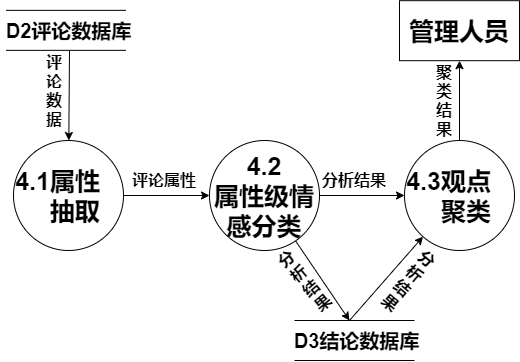
Before: img/情感分析细化数据流图.png, a diagram exported from draw.io (HJHGJGHHG/Sentiment-Analysis-System). Source tidied: cells renumbered, new cells last; positions are measured from the earlier drawing's top-left corner, leaving out a move shared by most shapes.
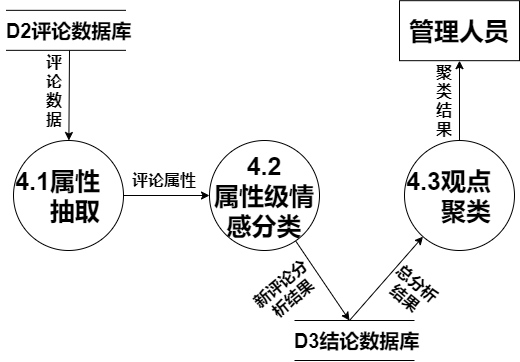
After the change.

Change to the diagram source:
```diff
@@ -71,18 +71,12 @@
         <mxPoint x="348" y="320" as="sourcePoint" />
       </mxGeometry>
     </mxCell>
-    <mxCell id="19" value="&lt;span style=&quot;font-size: 16px&quot;&gt;&lt;b&gt;分析结果&lt;/b&gt;&lt;/span&gt;" style="text;html=1;strokeColor=none;fillColor=none;align=center;verticalAlign=middle;whiteSpace=wrap;rounded=0;rotation=-40;" parent="1" vertex="1">
-      <mxGeometry x="298" y="270" width="10" height="20" as="geometry" />
+    <mxCell id="19" value="&lt;span style=&quot;font-size: 16px&quot;&gt;&lt;b&gt;新评论分析结果&lt;/b&gt;&lt;/span&gt;" style="text;html=1;strokeColor=none;fillColor=none;align=center;verticalAlign=middle;whiteSpace=wrap;rounded=0;rotation=-40;" parent="1" vertex="1">
+      <mxGeometry x="251.9" y="280" width="66.1" height="20" as="geometry" />
     </mxCell>
-    <mxCell id="20" value="&lt;span style=&quot;font-size: 16px&quot;&gt;&lt;b&gt;分析结果&lt;/b&gt;&lt;/span&gt;" style="text;html=1;strokeColor=none;fillColor=none;align=center;verticalAlign=middle;whiteSpace=wrap;rounded=0;rotation=40;" parent="1" vertex="1">
-      <mxGeometry x="403" y="270" width="10" height="20" as="geometry" />
+    <mxCell id="20" value="&lt;span style=&quot;font-size: 16px&quot;&gt;&lt;b&gt;总分析结果&lt;/b&gt;&lt;/span&gt;" style="text;html=1;strokeColor=none;fillColor=none;align=center;verticalAlign=middle;whiteSpace=wrap;rounded=0;rotation=40;" parent="1" vertex="1">
+      <mxGeometry x="383" y="280" width="55" height="20" as="geometry" />
     </mxCell>
-    <mxCell id="21" style="endArrow=classic;html=1;" parent="1" edge="1" source="6" target="15">
-      <mxGeometry relative="1" as="geometry" />
-    </mxCell>
-    <mxCell id="22" value="&lt;span style=&quot;font-size: 16px&quot;&gt;&lt;b&gt;分析结果&lt;/b&gt;&lt;/span&gt;" style="text;html=1;strokeColor=none;fillColor=none;align=center;verticalAlign=middle;whiteSpace=wrap;rounded=0;rotation=0;" parent="1" vertex="1">
-      <mxGeometry x="298" y="170" width="110" height="20" as="geometry" />
-    </mxCell>
     <mxCell id="23" value="&lt;span style=&quot;font-size: 16px&quot;&gt;&lt;b&gt;聚类结果&lt;/b&gt;&lt;/span&gt;" style="text;html=1;strokeColor=none;fillColor=none;align=center;verticalAlign=middle;whiteSpace=wrap;rounded=0;rotation=0;" parent="1" vertex="1">
       <mxGeometry x="438" y="90" width="10" height="20" as="geometry" />
     </mxCell>
```
